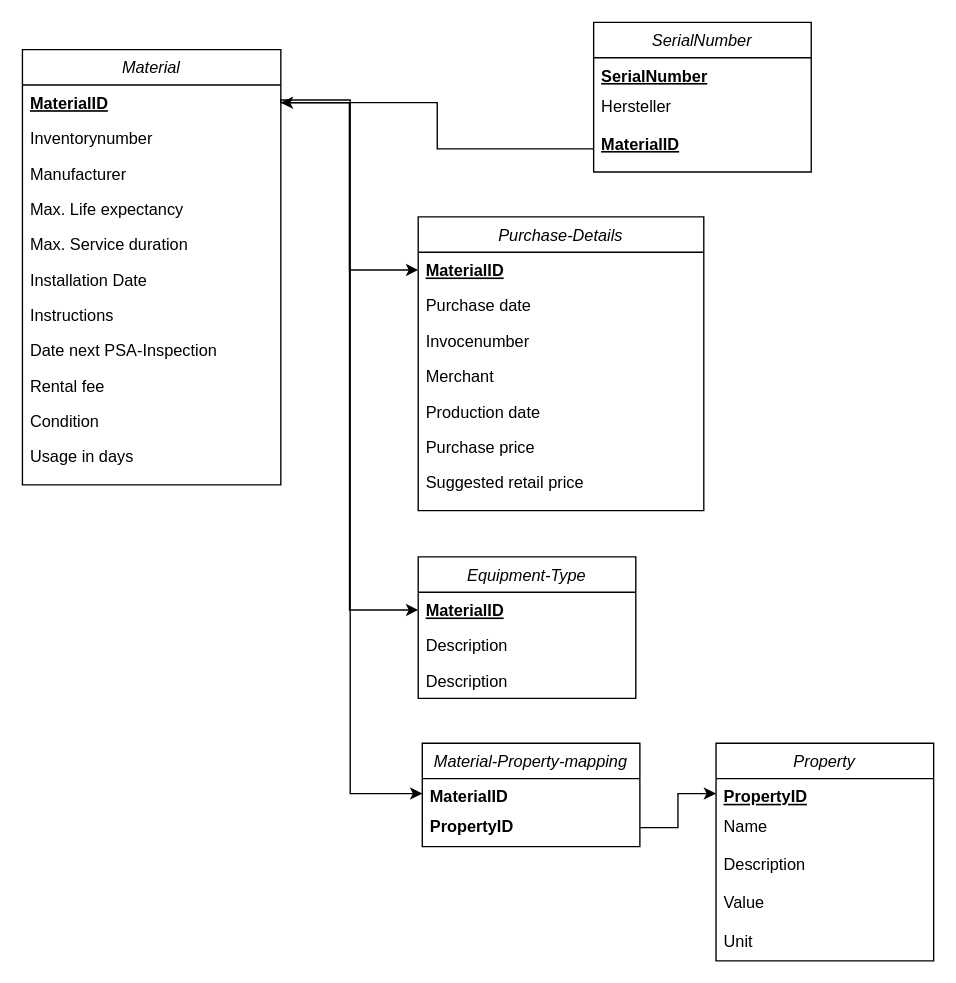
The draw.io diagram page "Material Modul" (2 of 5) of docs/entity-relationship.drawio in jneuendorf/material-manager, before the edit. Source tidied: cells renumbered, new cells numbered last; positions are measured from the earlier drawing's top-left corner, leaving out a move shared by most shapes. Both pictures are drawn from the tidied source at 136%, with x=0, y=0 at pixel (22, 22).
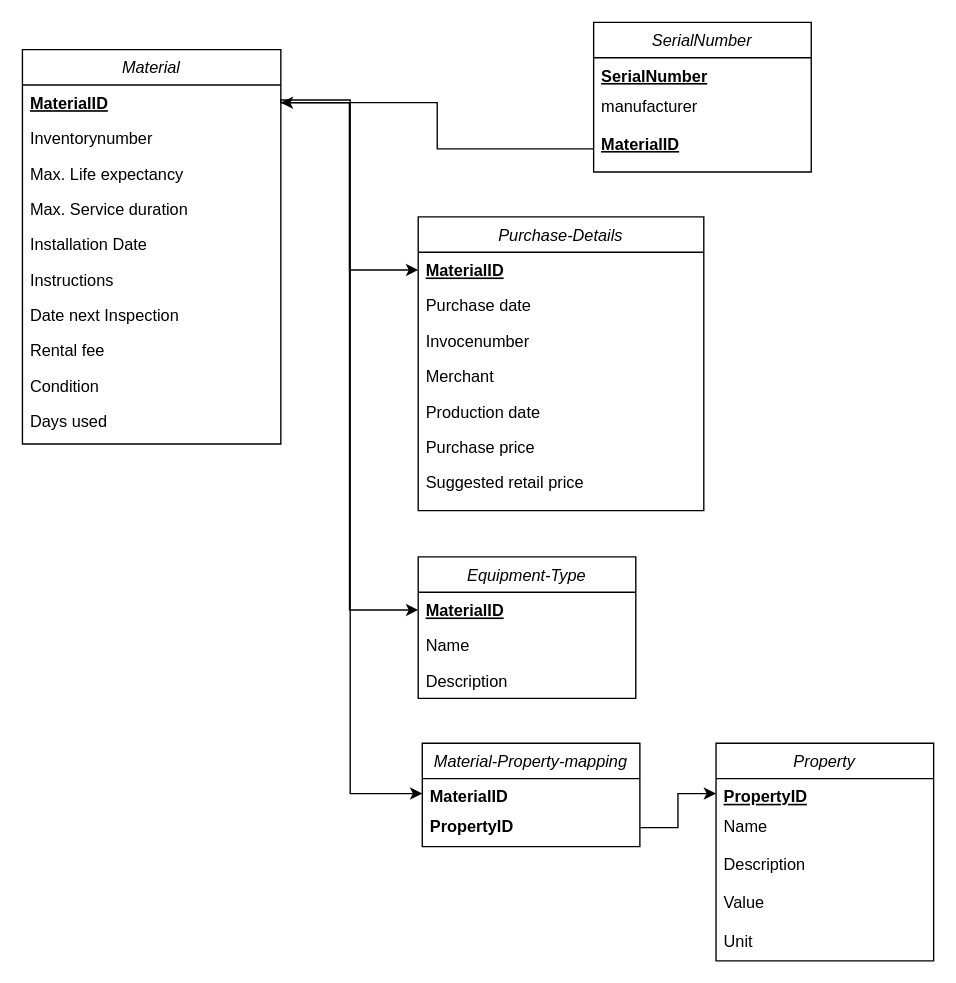
The same page after the edit.

The change refers to these unchanged cells:
```xml
<mxCell id="2" value="Equipment-Type" style="swimlane;fontStyle=2;align=center;verticalAlign=top;horizontal=1;startSize=26;rounded=0;shadow=0;strokeWidth=1;" parent="1" vertex="1">
  <mxGeometry x="291" y="393" width="160" height="104" as="geometry" />
</mxCell>
<mxCell id="39" value="SerialNumber" style="swimlane;fontStyle=2;align=center;verticalAlign=top;horizontal=1;startSize=26;rounded=0;shadow=0;strokeWidth=1;" parent="1" vertex="1">
  <mxGeometry x="420" width="160" height="110" as="geometry" />
</mxCell>
```

The edit, as a diff of the source:
```diff
@@
-    <mxCell id="4" value="Description" style="text;align=left;verticalAlign=top;spacingLeft=4;spacingRight=4;overflow=hidden;rounded=0;shadow=0;html=0;" parent="2" vertex="1">
+    <mxCell id="4" value="Name" style="text;align=left;verticalAlign=top;spacingLeft=4;spacingRight=4;overflow=hidden;rounded=0;shadow=0;html=0;" parent="2" vertex="1">
       <mxGeometry y="52" width="160" height="26" as="geometry" />
     </mxCell>
@@
     <mxCell id="6" value="Material" style="swimlane;fontStyle=2;align=center;verticalAlign=top;horizontal=1;startSize=26;rounded=0;shadow=0;strokeWidth=1;" parent="1" vertex="1">
-      <mxGeometry y="20" width="190" height="320" as="geometry" />
+      <mxGeometry y="20" width="190" height="290" as="geometry" />
     </mxCell>
@@
-    <mxCell id="9" value="Manufacturer" style="text;align=left;verticalAlign=top;spacingLeft=4;spacingRight=4;overflow=hidden;rounded=0;shadow=0;html=0;" parent="6" vertex="1">
-      <mxGeometry y="78" width="190" height="26" as="geometry" />
-    </mxCell>
     <mxCell id="10" value="Max. Life expectancy" style="text;align=left;verticalAlign=top;spacingLeft=4;spacingRight=4;overflow=hidden;rounded=0;shadow=0;html=0;" parent="6" vertex="1">
-      <mxGeometry y="104" width="190" height="26" as="geometry" />
+      <mxGeometry y="78" width="190" height="26" as="geometry" />
     </mxCell>
     <mxCell id="11" value="Max. Service duration" style="text;align=left;verticalAlign=top;spacingLeft=4;spacingRight=4;overflow=hidden;rounded=0;shadow=0;html=0;" parent="6" vertex="1">
-      <mxGeometry y="130" width="190" height="26" as="geometry" />
+      <mxGeometry y="104" width="190" height="26" as="geometry" />
     </mxCell>
     <mxCell id="12" value="Installation Date" style="text;align=left;verticalAlign=top;spacingLeft=4;spacingRight=4;overflow=hidden;rounded=0;shadow=0;html=0;" parent="6" vertex="1">
-      <mxGeometry y="156" width="190" height="26" as="geometry" />
+      <mxGeometry y="130" width="190" height="26" as="geometry" />
     </mxCell>
     <mxCell id="13" value="Instructions" style="text;align=left;verticalAlign=top;spacingLeft=4;spacingRight=4;overflow=hidden;rounded=0;shadow=0;html=0;" parent="6" vertex="1">
-      <mxGeometry y="182" width="190" height="26" as="geometry" />
+      <mxGeometry y="156" width="190" height="26" as="geometry" />
     </mxCell>
-    <mxCell id="14" value="Date next PSA-Inspection" style="text;align=left;verticalAlign=top;spacingLeft=4;spacingRight=4;overflow=hidden;rounded=0;shadow=0;html=0;" parent="6" vertex="1">
-      <mxGeometry y="208" width="190" height="26" as="geometry" />
+    <mxCell id="14" value="Date next Inspection" style="text;align=left;verticalAlign=top;spacingLeft=4;spacingRight=4;overflow=hidden;rounded=0;shadow=0;html=0;" parent="6" vertex="1">
+      <mxGeometry y="182" width="190" height="26" as="geometry" />
     </mxCell>
     <mxCell id="15" value="Rental fee" style="text;align=left;verticalAlign=top;spacingLeft=4;spacingRight=4;overflow=hidden;rounded=0;shadow=0;html=0;" parent="6" vertex="1">
-      <mxGeometry y="234" width="190" height="26" as="geometry" />
+      <mxGeometry y="208" width="190" height="26" as="geometry" />
     </mxCell>
     <mxCell id="16" value="Condition" style="text;align=left;verticalAlign=top;spacingLeft=4;spacingRight=4;overflow=hidden;rounded=0;shadow=0;html=0;" parent="6" vertex="1">
-      <mxGeometry y="260" width="190" height="26" as="geometry" />
+      <mxGeometry y="234" width="190" height="26" as="geometry" />
     </mxCell>
-    <mxCell id="17" value="Usage in days" style="text;align=left;verticalAlign=top;spacingLeft=4;spacingRight=4;overflow=hidden;rounded=0;shadow=0;html=0;" parent="6" vertex="1">
-      <mxGeometry y="286" width="190" height="26" as="geometry" />
+    <mxCell id="17" value="Days used" style="text;align=left;verticalAlign=top;spacingLeft=4;spacingRight=4;overflow=hidden;rounded=0;shadow=0;html=0;" parent="6" vertex="1">
+      <mxGeometry y="260" width="190" height="26" as="geometry" />
     </mxCell>
@@
-    <mxCell id="41" value="Hersteller" style="text;align=left;verticalAlign=top;spacingLeft=4;spacingRight=4;overflow=hidden;rounded=0;shadow=0;html=0;" parent="39" vertex="1">
+    <mxCell id="41" value="manufacturer" style="text;align=left;verticalAlign=top;spacingLeft=4;spacingRight=4;overflow=hidden;rounded=0;shadow=0;html=0;" parent="39" vertex="1">
       <mxGeometry y="48" width="160" height="28" as="geometry" />
     </mxCell>
```
